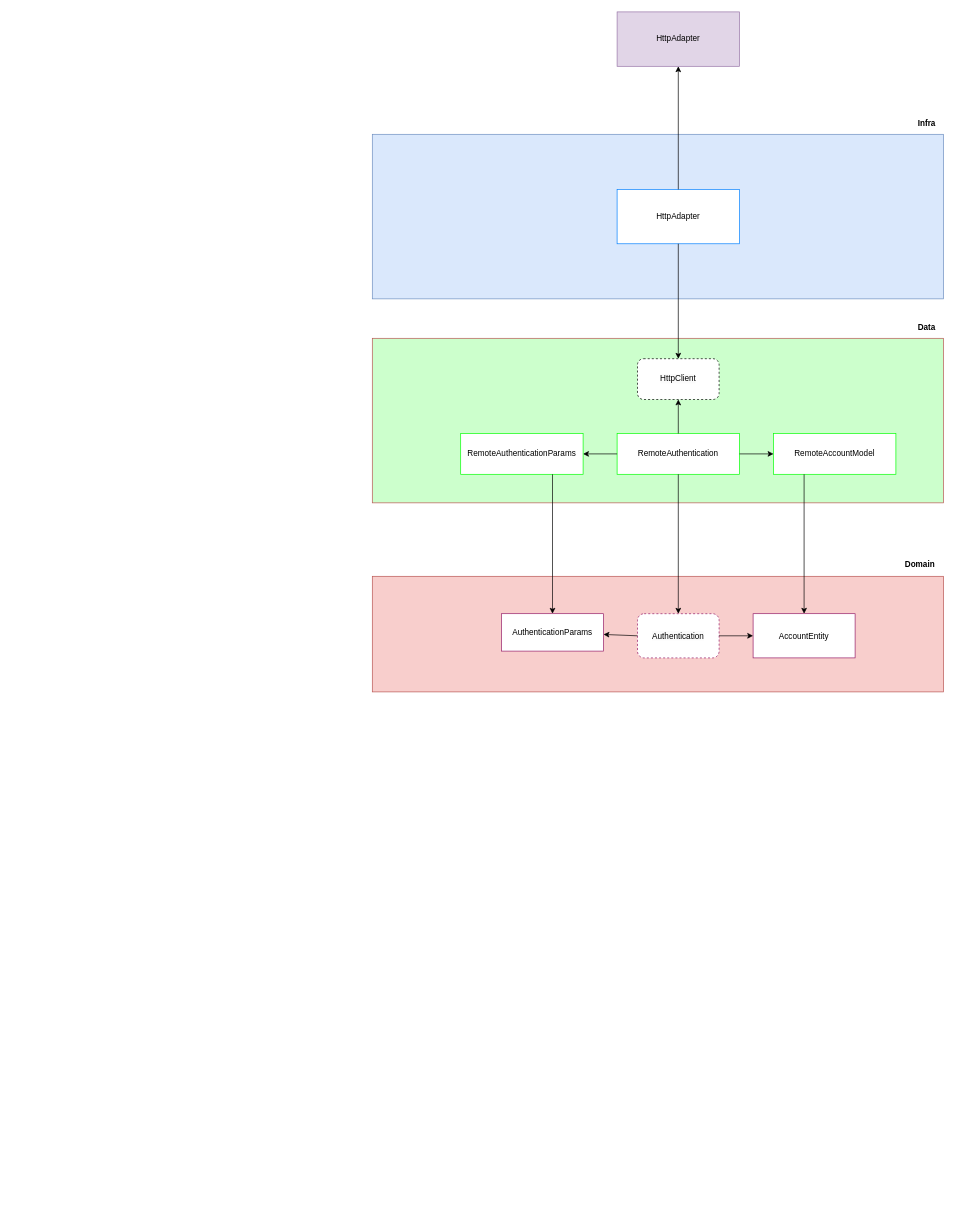
This is requirements/Arquitetura TattooManager.drawio from PedroMerinoDev/tattoo_manager, a draw.io file, before an edit. Source tidied: cells renumbered, new cells numbered last; positions are measured from the earlier drawing's top-left corner, leaving out a move shared by most shapes. Both pictures are drawn from the tidied source at 68%, with x=0, y=0 at pixel (372, 12).
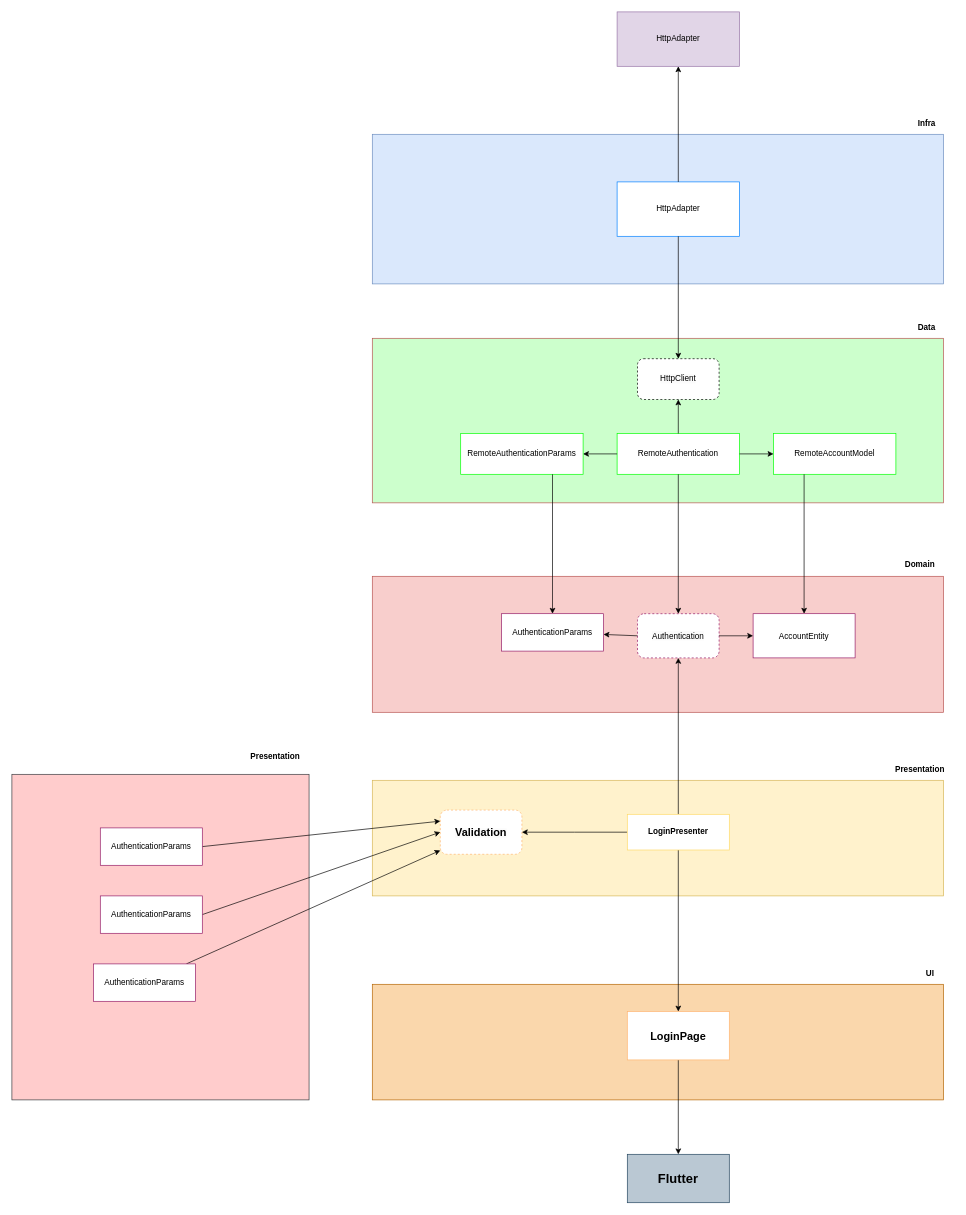
After the change.

Commit message:
Arquitetura TattooManager: Presentation, UI, Validation

The change refers to these unchanged cells:
```xml
<mxCell id="5" value="&lt;span style=&quot;color: rgb(0, 0, 0); font-family: Helvetica; font-size: 12px; font-style: normal; font-variant-ligatures: normal; font-variant-caps: normal; font-weight: 400; letter-spacing: normal; orphans: 2; text-align: center; text-indent: 0px; text-transform: none; widows: 2; word-spacing: 0px; -webkit-text-stroke-width: 0px; background-color: rgb(251, 251, 251); text-decoration-thickness: initial; text-decoration-style: initial; text-decoration-color: initial; float: none; display: inline !important;&quot;&gt;Authentication&lt;/span&gt;" style="rounded=1;whiteSpace=wrap;html=1;dashed=1;strokeColor=#941967;" parent="1" vertex="1">
  <mxGeometry x="390" y="885" width="120" height="65" as="geometry" />
</mxCell>
```

What changed in the source:
```diff
@@
     <mxCell id="2" style="rounded=0;whiteSpace=wrap;html=1;fillColor=#f8cecc;strokeColor=#b85450;" parent="1" vertex="1">
-      <mxGeometry y="830" width="840" height="170" as="geometry" />
+      <mxGeometry y="830" width="840" height="200" as="geometry" />
     </mxCell>
@@
     <mxCell id="21" style="rounded=0;whiteSpace=wrap;html=1;fillColor=#dae8fc;strokeColor=#6c8ebf;" parent="1" vertex="1">
-      <mxGeometry y="180" width="840" height="242" as="geometry" />
+      <mxGeometry y="180" width="840" height="220" as="geometry" />
     </mxCell>
@@
     <mxCell id="23" value="HttpAdapter" style="rounded=0;whiteSpace=wrap;html=1;strokeColor=#007FFF;" parent="1" vertex="1">
-      <mxGeometry x="360" y="261" width="180" height="80" as="geometry" />
+      <mxGeometry x="360" y="250" width="180" height="80" as="geometry" />
     </mxCell>
@@
+    <mxCell id="27" style="rounded=0;whiteSpace=wrap;html=1;fillColor=#fff2cc;strokeColor=#d6b656;" parent="1" vertex="1">
+      <mxGeometry y="1130" width="840" height="170" as="geometry" />
+    </mxCell>
+    <mxCell id="28" value="&lt;b&gt;Presentation&lt;br&gt;&lt;/b&gt;" style="text;html=1;align=center;verticalAlign=middle;strokeColor=none;fillColor=none;" parent="1" vertex="1">
+      <mxGeometry x="755" y="1100" width="100" height="30" as="geometry" />
+    </mxCell>
+    <mxCell id="29" value="&lt;b&gt;UI&lt;br&gt;&lt;/b&gt;" style="text;html=1;align=center;verticalAlign=middle;strokeColor=none;fillColor=none;" parent="1" vertex="1">
+      <mxGeometry x="800" y="1400" width="40" height="30" as="geometry" />
+    </mxCell>
+    <mxCell id="30" style="rounded=0;whiteSpace=wrap;html=1;fillColor=#fad7ac;strokeColor=#b46504;" parent="1" vertex="1">
+      <mxGeometry y="1430" width="840" height="170" as="geometry" />
+    </mxCell>
+    <mxCell id="31" value="&lt;span style=&quot;color: rgb(0, 0, 0); font-family: Helvetica; font-style: normal; font-variant-ligatures: normal; font-variant-caps: normal; letter-spacing: normal; orphans: 2; text-align: center; text-indent: 0px; text-transform: none; widows: 2; word-spacing: 0px; -webkit-text-stroke-width: 0px; background-color: rgb(251, 251, 251); text-decoration-thickness: initial; text-decoration-style: initial; text-decoration-color: initial; float: none; display: inline !important;&quot;&gt;&lt;font style=&quot;font-size: 16px;&quot;&gt;&lt;b&gt;Validation&lt;/b&gt;&lt;/font&gt;&lt;br&gt;&lt;/span&gt;" style="rounded=1;whiteSpace=wrap;html=1;dashed=1;strokeColor=#FFB570;" parent="1" vertex="1">
+      <mxGeometry x="100" y="1173.8" width="120" height="65" as="geometry" />
+    </mxCell>
+    <mxCell id="32" style="edgeStyle=orthogonalEdgeStyle;rounded=0;jettySize=auto;html=1;entryX=0.5;entryY=1;entryDx=0;entryDy=0;" parent="1" edge="1" source="35" target="5">
+      <mxGeometry relative="1" as="geometry" />
+    </mxCell>
+    <mxCell id="33" style="edgeStyle=orthogonalEdgeStyle;rounded=0;jettySize=auto;html=1;entryX=1;entryY=0.5;entryDx=0;entryDy=0;" parent="1" edge="1" source="35" target="31">
+      <mxGeometry relative="1" as="geometry" />
+    </mxCell>
+    <mxCell id="34" style="edgeStyle=orthogonalEdgeStyle;rounded=0;jettySize=auto;html=1;" parent="1" edge="1" source="35" target="37">
+      <mxGeometry relative="1" as="geometry" />
+    </mxCell>
+    <mxCell id="35" value="&lt;b&gt;LoginPresenter&lt;/b&gt;" style="rounded=0;whiteSpace=wrap;html=1;strokeColor=#FFD966;" parent="1" vertex="1">
+      <mxGeometry x="375" y="1180" width="150" height="52.5" as="geometry" />
+    </mxCell>
+    <mxCell id="36" style="edgeStyle=orthogonalEdgeStyle;rounded=0;jettySize=auto;html=1;exitX=0.5;exitY=1;exitDx=0;exitDy=0;" parent="1" edge="1" source="37" target="38">
+      <mxGeometry relative="1" as="geometry" />
+    </mxCell>
+    <mxCell id="37" value="&lt;font style=&quot;font-size: 16px;&quot;&gt;&lt;b&gt;LoginPage&lt;/b&gt;&lt;/font&gt;" style="rounded=0;whiteSpace=wrap;html=1;strokeColor=#FFB570;" parent="1" vertex="1">
+      <mxGeometry x="375" y="1470" width="150" height="71.2" as="geometry" />
+    </mxCell>
+    <mxCell id="38" value="&lt;b&gt;&lt;font style=&quot;font-size: 19px;&quot;&gt;Flutter&lt;/font&gt;&lt;/b&gt;" style="rounded=0;whiteSpace=wrap;html=1;strokeColor=#23445d;fillColor=#bac8d3;" parent="1" vertex="1">
+      <mxGeometry x="375" y="1680" width="150" height="71.2" as="geometry" />
+    </mxCell>
+    <mxCell id="39" style="rounded=0;whiteSpace=wrap;html=1;fillColor=#ffcccc;strokeColor=#36393d;" parent="1" vertex="1">
+      <mxGeometry x="-530" y="1121.2" width="437" height="478.8" as="geometry" />
+    </mxCell>
+    <mxCell id="40" value="&lt;b&gt;Presentation&lt;br&gt;&lt;/b&gt;" style="text;html=1;align=center;verticalAlign=middle;strokeColor=none;fillColor=none;" parent="1" vertex="1">
+      <mxGeometry x="-193" y="1080" width="100" height="30" as="geometry" />
+    </mxCell>
+    <mxCell id="41" style="rounded=0;jettySize=auto;html=1;exitX=1;exitY=0.5;exitDx=0;exitDy=0;entryX=0;entryY=0.25;entryDx=0;entryDy=0;" parent="1" edge="1" source="42" target="31">
+      <mxGeometry relative="1" as="geometry" />
+    </mxCell>
+    <mxCell id="42" value="AuthenticationParams" style="rounded=0;whiteSpace=wrap;html=1;strokeColor=#941967;" parent="1" vertex="1">
+      <mxGeometry x="-400" y="1200" width="150" height="55" as="geometry" />
+    </mxCell>
+    <mxCell id="43" style="rounded=0;jettySize=auto;html=1;exitX=1;exitY=0.5;exitDx=0;exitDy=0;entryX=0;entryY=0.5;entryDx=0;entryDy=0;" parent="1" edge="1" source="44" target="31">
+      <mxGeometry relative="1" as="geometry" />
+    </mxCell>
+    <mxCell id="44" value="AuthenticationParams" style="rounded=0;whiteSpace=wrap;html=1;strokeColor=#941967;" parent="1" vertex="1">
+      <mxGeometry x="-400" y="1300" width="150" height="55" as="geometry" />
+    </mxCell>
+    <mxCell id="45" style="rounded=0;jettySize=auto;html=1;" parent="1" edge="1" source="46" target="31">
+      <mxGeometry relative="1" as="geometry" />
+    </mxCell>
+    <mxCell id="46" value="AuthenticationParams" style="rounded=0;whiteSpace=wrap;html=1;strokeColor=#941967;" parent="1" vertex="1">
+      <mxGeometry x="-410" y="1400" width="150" height="55" as="geometry" />
+    </mxCell>
```
